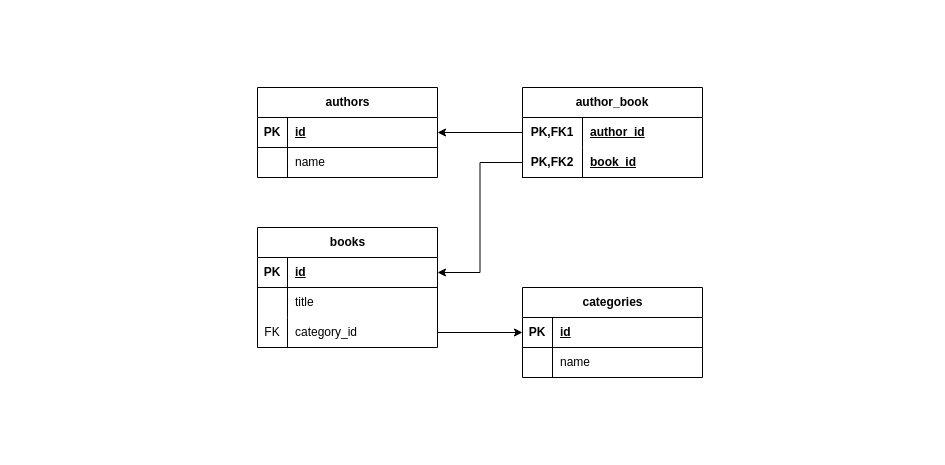
Before: week3/activity4/db_diagram.drawio in 270616965yoobeestudent/psd, a draw.io diagram. Source tidied: cells renumbered, new cells numbered last; positions are measured from the earlier drawing's top-left corner, leaving out a move shared by most shapes. Both pictures are drawn from the tidied source at 100%, with x=0, y=0 at pixel (257, 87).
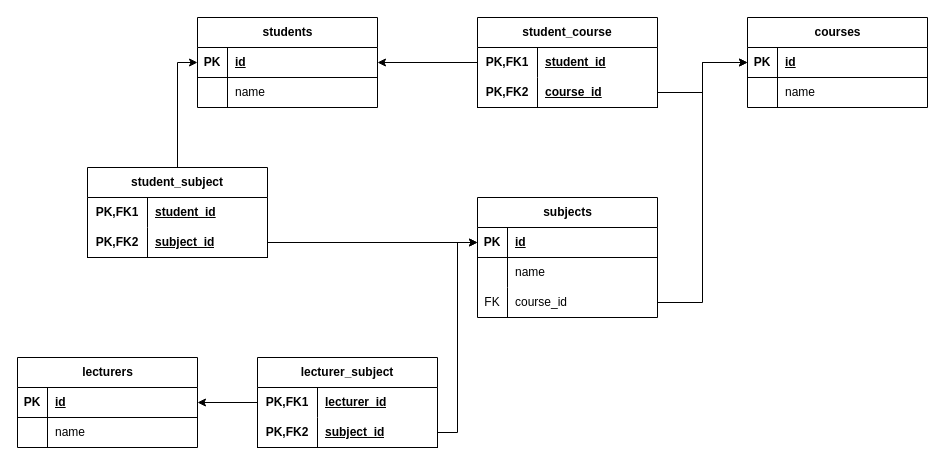
The same diagram, later.

The change refers to these unchanged cells:
```xml
<mxCell id="3" style="shape=tableRow;horizontal=0;startSize=0;swimlaneHead=0;swimlaneBody=0;fillColor=none;points=[[0,0.5],[1,0.5]];portConstraint=eastwest;top=0;left=0;right=0;bottom=1;" parent="2" vertex="1">
  <mxGeometry y="30" width="180" height="30" as="geometry" />
</mxCell>
<mxCell id="10" style="shape=tableRow;horizontal=0;startSize=0;swimlaneHead=0;swimlaneBody=0;fillColor=none;points=[[0,0.5],[1,0.5]];portConstraint=eastwest;top=0;left=0;right=0;bottom=1;" parent="9" vertex="1">
  <mxGeometry y="30" width="180" height="30" as="geometry" />
</mxCell>
<mxCell id="13" style="shape=tableRow;horizontal=0;startSize=0;swimlaneHead=0;swimlaneBody=0;fillColor=none;top=0;left=0;right=0;bottom=0;" parent="9" vertex="1">
  <mxGeometry y="60" width="180" height="30" as="geometry" />
</mxCell>
<mxCell id="20" style="shape=tableRow;horizontal=0;startSize=0;swimlaneHead=0;swimlaneBody=0;fillColor=none;points=[[0,0.5],[1,0.5]];portConstraint=eastwest;top=0;left=0;right=0;bottom=1;" parent="19" vertex="1">
  <mxGeometry y="30" width="180" height="30" as="geometry" />
</mxCell>
<mxCell id="27" style="shape=tableRow;horizontal=0;startSize=0;swimlaneHead=0;swimlaneBody=0;fillColor=none;points=[[0,0.5],[1,0.5]];portConstraint=eastwest;top=0;left=0;right=0;bottom=0;html=1;" parent="26" vertex="1">
  <mxGeometry y="30" width="180" height="30" as="geometry" />
</mxCell>
<mxCell id="30" style="shape=tableRow;horizontal=0;startSize=0;swimlaneHead=0;swimlaneBody=0;fillColor=none;points=[[0,0.5],[1,0.5]];portConstraint=eastwest;top=0;left=0;right=0;bottom=1;html=1;" parent="26" vertex="1">
  <mxGeometry y="60" width="180" height="30" as="geometry" />
</mxCell>
```

Diff of the diagram source:
```diff
@@
-    <mxCell id="2" value="authors" style="shape=table;startSize=30;childLayout=tableLayout;rowLines=0;fontStyle=1;align=center;html=1;" parent="1" vertex="1">
-      <mxGeometry width="180" height="90" as="geometry" />
+    <mxCell id="2" value="students" style="shape=table;startSize=30;childLayout=tableLayout;rowLines=0;fontStyle=1;align=center;html=1;" parent="1" vertex="1">
+      <mxGeometry x="-60" y="-70" width="180" height="90" as="geometry" />
     </mxCell>
@@
-    <mxCell id="9" value="books" style="shape=table;startSize=30;childLayout=tableLayout;rowLines=0;fontStyle=1;align=center;html=1;" parent="1" vertex="1">
-      <mxGeometry y="140" width="180" height="120" as="geometry" />
+    <mxCell id="9" value="&lt;span&gt;lecturers&lt;/span&gt;" style="shape=table;startSize=30;childLayout=tableLayout;rowLines=0;fontStyle=1;align=center;html=1;" parent="1" vertex="1">
+      <mxGeometry x="-240" y="270" width="180" height="90" as="geometry" />
     </mxCell>
@@
-    <mxCell id="15" value="title" style="shape=partialRectangle;fillColor=none;top=0;left=0;bottom=0;right=0;align=left;spacingLeft=6;overflow=hidden;whiteSpace=wrap;html=1;" parent="13" vertex="1">
+    <mxCell id="15" value="name" style="shape=partialRectangle;fillColor=none;top=0;left=0;bottom=0;right=0;align=left;spacingLeft=6;overflow=hidden;whiteSpace=wrap;html=1;" parent="13" vertex="1">
       <mxGeometry x="30" width="150" height="30" as="geometry" />
     </mxCell>
-    <mxCell id="16" style="shape=tableRow;horizontal=0;startSize=0;swimlaneHead=0;swimlaneBody=0;fillColor=none;points=[[0,0.5],[1,0.5]];portConstraint=eastwest;top=0;left=0;right=0;bottom=0;" parent="9" vertex="1">
-      <mxGeometry y="90" width="180" height="30" as="geometry" />
-    </mxCell>
-    <mxCell id="17" value="FK" style="shape=partialRectangle;fillColor=none;top=0;left=0;bottom=0;right=0;overflow=hidden;whiteSpace=wrap;html=1;" parent="16" vertex="1">
-      <mxGeometry width="30" height="30" as="geometry" />
-    </mxCell>
-    <mxCell id="18" value="category_id" style="shape=partialRectangle;fillColor=none;top=0;left=0;bottom=0;right=0;align=left;spacingLeft=6;overflow=hidden;whiteSpace=wrap;html=1;" parent="16" vertex="1">
-      <mxGeometry x="30" width="150" height="30" as="geometry" />
-    </mxCell>
-    <mxCell id="19" value="categories" style="shape=table;startSize=30;childLayout=tableLayout;rowLines=0;fontStyle=1;align=center;html=1;" parent="1" vertex="1">
-      <mxGeometry x="265" y="200" width="180" height="90" as="geometry" />
+    <mxCell id="19" value="courses" style="shape=table;startSize=30;childLayout=tableLayout;rowLines=0;fontStyle=1;align=center;html=1;" parent="1" vertex="1">
+      <mxGeometry x="490" y="-70" width="180" height="90" as="geometry" />
     </mxCell>
@@
-    <mxCell id="26" value="author_book" style="shape=table;startSize=30;childLayout=tableLayout;rowLines=0;fontStyle=1;align=center;html=1;whiteSpace=wrap;" parent="1" vertex="1">
-      <mxGeometry x="265" width="180" height="90" as="geometry" />
+    <mxCell id="26" value="student_course" style="shape=table;startSize=30;childLayout=tableLayout;rowLines=0;fontStyle=1;align=center;html=1;whiteSpace=wrap;" parent="1" vertex="1">
+      <mxGeometry x="220" y="-70" width="180" height="90" as="geometry" />
     </mxCell>
@@
-    <mxCell id="29" value="author_id" style="shape=partialRectangle;fillColor=none;top=0;left=0;bottom=0;right=0;align=left;spacingLeft=6;fontStyle=5;overflow=hidden;html=1;whiteSpace=wrap;" parent="27" vertex="1">
+    <mxCell id="29" value="student_id" style="shape=partialRectangle;fillColor=none;top=0;left=0;bottom=0;right=0;align=left;spacingLeft=6;fontStyle=5;overflow=hidden;html=1;whiteSpace=wrap;" parent="27" vertex="1">
       <mxGeometry x="60" width="120" height="30" as="geometry" />
     </mxCell>
@@
-    <mxCell id="32" value="book_id" style="shape=partialRectangle;fillColor=none;top=0;left=0;bottom=0;right=0;align=left;spacingLeft=6;fontStyle=5;overflow=hidden;html=1;whiteSpace=wrap;" parent="30" vertex="1">
+    <mxCell id="32" value="course_id" style="shape=partialRectangle;fillColor=none;top=0;left=0;bottom=0;right=0;align=left;spacingLeft=6;fontStyle=5;overflow=hidden;html=1;whiteSpace=wrap;" parent="30" vertex="1">
       <mxGeometry x="60" width="120" height="30" as="geometry" />
     </mxCell>
+    <mxCell id="36" value="subjects" style="shape=table;startSize=30;childLayout=tableLayout;rowLines=0;fontStyle=1;align=center;html=1;" parent="1" vertex="1">
+      <mxGeometry x="220" y="110" width="180" height="120" as="geometry" />
+    </mxCell>
+    <mxCell id="37" style="shape=tableRow;horizontal=0;startSize=0;swimlaneHead=0;swimlaneBody=0;fillColor=none;points=[[0,0.5],[1,0.5]];portConstraint=eastwest;top=0;left=0;right=0;bottom=1;" parent="36" vertex="1">
+      <mxGeometry y="30" width="180" height="30" as="geometry" />
+    </mxCell>
+    <mxCell id="38" value="PK" style="shape=partialRectangle;fillColor=none;top=0;left=0;bottom=0;right=0;fontStyle=1;overflow=hidden;whiteSpace=wrap;html=1;" parent="37" vertex="1">
+      <mxGeometry width="30" height="30" as="geometry" />
+    </mxCell>
+    <mxCell id="39" value="id" style="shape=partialRectangle;fillColor=none;top=0;left=0;bottom=0;right=0;align=left;spacingLeft=6;fontStyle=5;overflow=hidden;whiteSpace=wrap;html=1;" parent="37" vertex="1">
+      <mxGeometry x="30" width="150" height="30" as="geometry" />
+    </mxCell>
+    <mxCell id="40" style="shape=tableRow;horizontal=0;startSize=0;swimlaneHead=0;swimlaneBody=0;fillColor=none;top=0;left=0;right=0;bottom=0;" parent="36" vertex="1">
+      <mxGeometry y="60" width="180" height="30" as="geometry" />
+    </mxCell>
+    <mxCell id="41" style="shape=partialRectangle;fillColor=none;top=0;left=0;bottom=0;right=0;overflow=hidden;whiteSpace=wrap;html=1;" parent="40" vertex="1">
+      <mxGeometry width="30" height="30" as="geometry" />
+    </mxCell>
+    <mxCell id="42" value="name" style="shape=partialRectangle;fillColor=none;top=0;left=0;bottom=0;right=0;align=left;spacingLeft=6;overflow=hidden;whiteSpace=wrap;html=1;" parent="40" vertex="1">
+      <mxGeometry x="30" width="150" height="30" as="geometry" />
+    </mxCell>
+    <mxCell id="16" style="shape=tableRow;horizontal=0;startSize=0;swimlaneHead=0;swimlaneBody=0;fillColor=none;points=[[0,0.5],[1,0.5]];portConstraint=eastwest;top=0;left=0;right=0;bottom=0;" parent="36" vertex="1">
+      <mxGeometry y="90" width="180" height="30" as="geometry" />
+    </mxCell>
+    <mxCell id="17" value="FK" style="shape=partialRectangle;fillColor=none;top=0;left=0;bottom=0;right=0;overflow=hidden;whiteSpace=wrap;html=1;" parent="16" vertex="1">
+      <mxGeometry width="30" height="30" as="geometry" />
+    </mxCell>
+    <mxCell id="43" value="course_id" style="shape=partialRectangle;fillColor=none;top=0;left=0;bottom=0;right=0;align=left;spacingLeft=6;overflow=hidden;whiteSpace=wrap;html=1;" parent="16" vertex="1">
+      <mxGeometry x="30" width="150" height="30" as="geometry" />
+    </mxCell>
@@
+    <mxCell id="44" style="edgeStyle=orthogonalEdgeStyle;rounded=0;jettySize=auto;html=1;entryX=0;entryY=0.5;entryDx=0;entryDy=0;" parent="1" edge="1" source="30" target="20">
+      <mxGeometry relative="1" as="geometry" />
+    </mxCell>
@@
-    <mxCell id="35" style="edgeStyle=orthogonalEdgeStyle;rounded=0;jettySize=auto;html=1;entryX=1;entryY=0.5;entryDx=0;entryDy=0;" parent="1" edge="1" source="30" target="10">
-      <mxGeometry relative="1" as="geometry" />
-    </mxCell>
+    <mxCell id="45" style="edgeStyle=orthogonalEdgeStyle;rounded=0;jettySize=auto;html=1;entryX=0;entryY=0.5;entryDx=0;entryDy=0;" parent="1" edge="1" source="46" target="3">
+      <mxGeometry relative="1" as="geometry" />
+    </mxCell>
+    <mxCell id="46" value="student_subject" style="shape=table;startSize=30;childLayout=tableLayout;rowLines=0;fontStyle=1;align=center;html=1;whiteSpace=wrap;" parent="1" vertex="1">
+      <mxGeometry x="-170" y="80" width="180" height="90" as="geometry" />
+    </mxCell>
+    <mxCell id="47" style="shape=tableRow;horizontal=0;startSize=0;swimlaneHead=0;swimlaneBody=0;fillColor=none;top=0;left=0;right=0;bottom=0;html=1;" parent="46" vertex="1">
+      <mxGeometry y="30" width="180" height="30" as="geometry" />
+    </mxCell>
+    <mxCell id="48" value="PK,FK1" style="shape=partialRectangle;fillColor=none;top=0;left=0;bottom=0;right=0;fontStyle=1;overflow=hidden;html=1;whiteSpace=wrap;" parent="47" vertex="1">
+      <mxGeometry width="60" height="30" as="geometry" />
+    </mxCell>
+    <mxCell id="49" value="student_id" style="shape=partialRectangle;fillColor=none;top=0;left=0;bottom=0;right=0;align=left;spacingLeft=6;fontStyle=5;overflow=hidden;html=1;whiteSpace=wrap;" parent="47" vertex="1">
+      <mxGeometry x="60" width="120" height="30" as="geometry" />
+    </mxCell>
+    <mxCell id="50" style="shape=tableRow;horizontal=0;startSize=0;swimlaneHead=0;swimlaneBody=0;fillColor=none;points=[[0,0.5],[1,0.5]];portConstraint=eastwest;top=0;left=0;right=0;bottom=1;html=1;" parent="46" vertex="1">
+      <mxGeometry y="60" width="180" height="30" as="geometry" />
+    </mxCell>
+    <mxCell id="51" value="PK,FK2" style="shape=partialRectangle;fillColor=none;top=0;left=0;bottom=0;right=0;fontStyle=1;overflow=hidden;html=1;whiteSpace=wrap;" parent="50" vertex="1">
+      <mxGeometry width="60" height="30" as="geometry" />
+    </mxCell>
+    <mxCell id="52" value="subject_id" style="shape=partialRectangle;fillColor=none;top=0;left=0;bottom=0;right=0;align=left;spacingLeft=6;fontStyle=5;overflow=hidden;html=1;whiteSpace=wrap;" parent="50" vertex="1">
+      <mxGeometry x="60" width="120" height="30" as="geometry" />
+    </mxCell>
+    <mxCell id="53" style="edgeStyle=orthogonalEdgeStyle;rounded=0;jettySize=auto;html=1;entryX=0;entryY=0.5;entryDx=0;entryDy=0;" parent="1" edge="1" source="50" target="37">
+      <mxGeometry relative="1" as="geometry" />
+    </mxCell>
+    <mxCell id="54" style="edgeStyle=orthogonalEdgeStyle;rounded=0;jettySize=auto;html=1;entryX=1;entryY=0.5;entryDx=0;entryDy=0;" parent="1" edge="1" source="55" target="10">
+      <mxGeometry relative="1" as="geometry" />
+    </mxCell>
+    <mxCell id="55" value="lecturer_subject" style="shape=table;startSize=30;childLayout=tableLayout;rowLines=0;fontStyle=1;align=center;html=1;whiteSpace=wrap;" parent="1" vertex="1">
+      <mxGeometry y="270" width="180" height="90" as="geometry" />
+    </mxCell>
+    <mxCell id="56" style="shape=tableRow;horizontal=0;startSize=0;swimlaneHead=0;swimlaneBody=0;fillColor=none;top=0;left=0;right=0;bottom=0;html=1;" parent="55" vertex="1">
+      <mxGeometry y="30" width="180" height="30" as="geometry" />
+    </mxCell>
+    <mxCell id="57" value="PK,FK1" style="shape=partialRectangle;fillColor=none;top=0;left=0;bottom=0;right=0;fontStyle=1;overflow=hidden;html=1;whiteSpace=wrap;" parent="56" vertex="1">
+      <mxGeometry width="60" height="30" as="geometry" />
+    </mxCell>
+    <mxCell id="58" value="lecturer_id" style="shape=partialRectangle;fillColor=none;top=0;left=0;bottom=0;right=0;align=left;spacingLeft=6;fontStyle=5;overflow=hidden;html=1;whiteSpace=wrap;" parent="56" vertex="1">
+      <mxGeometry x="60" width="120" height="30" as="geometry" />
+    </mxCell>
+    <mxCell id="59" style="shape=tableRow;horizontal=0;startSize=0;swimlaneHead=0;swimlaneBody=0;fillColor=none;points=[[0,0.5],[1,0.5]];portConstraint=eastwest;top=0;left=0;right=0;bottom=1;html=1;" parent="55" vertex="1">
+      <mxGeometry y="60" width="180" height="30" as="geometry" />
+    </mxCell>
+    <mxCell id="60" value="PK,FK2" style="shape=partialRectangle;fillColor=none;top=0;left=0;bottom=0;right=0;fontStyle=1;overflow=hidden;html=1;whiteSpace=wrap;" parent="59" vertex="1">
+      <mxGeometry width="60" height="30" as="geometry" />
+    </mxCell>
+    <mxCell id="61" value="subject_id" style="shape=partialRectangle;fillColor=none;top=0;left=0;bottom=0;right=0;align=left;spacingLeft=6;fontStyle=5;overflow=hidden;html=1;whiteSpace=wrap;" parent="59" vertex="1">
+      <mxGeometry x="60" width="120" height="30" as="geometry" />
+    </mxCell>
+    <mxCell id="62" style="edgeStyle=orthogonalEdgeStyle;rounded=0;jettySize=auto;html=1;entryX=0;entryY=0.5;entryDx=0;entryDy=0;" parent="1" edge="1" source="59" target="37">
+      <mxGeometry relative="1" as="geometry" />
+    </mxCell>
```
